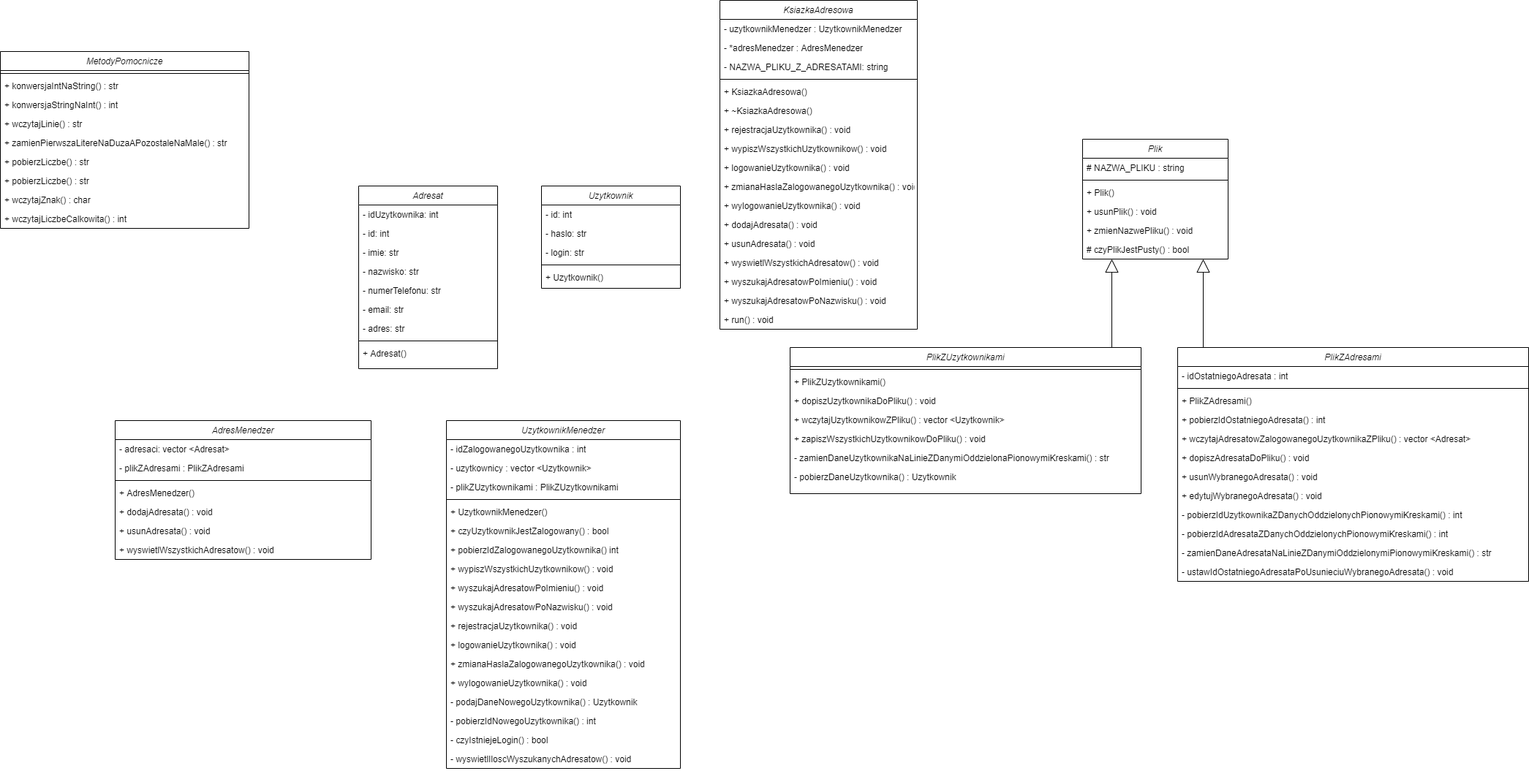
This is doc/address-book-uml.png from MichalWilczek/address-book-FutureProgrammer, a draw.io export, as it was before one commit. Source tidied: cells renumbered, new cells last; positions are measured from the earlier drawing's top-left corner, leaving out a move shared by most shapes.
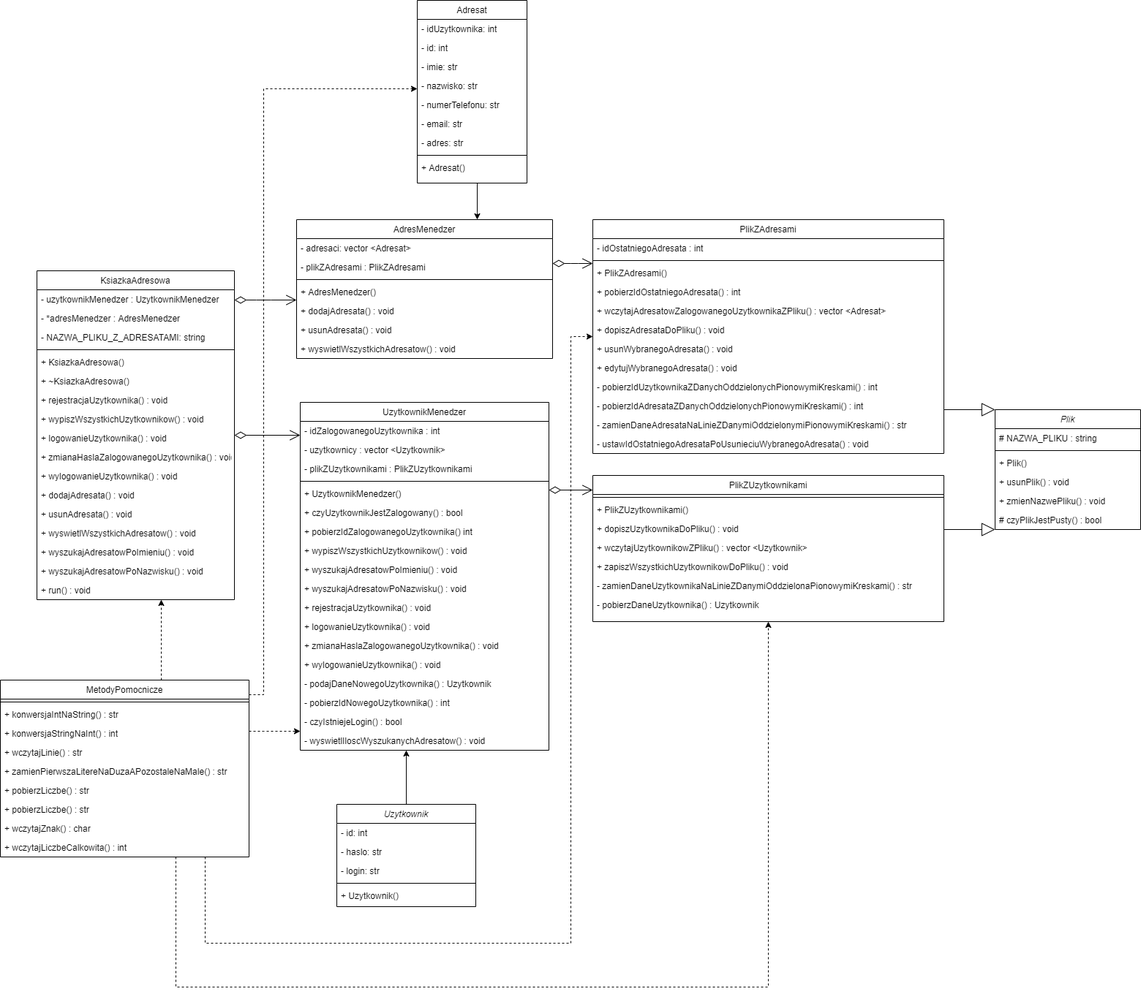
After the commit.

Commit message:
Update UML diagrams

The edit, as a diff of the source:
```diff
@@ -4,61 +4,61 @@
     <mxCell id="1" parent="0" />
-    <mxCell id="2" value="UzytkownikMenedzer" style="swimlane;fontStyle=2;align=center;verticalAlign=top;horizontal=1;startSize=26;rounded=0;shadow=0;strokeWidth=1;" parent="1" vertex="1">
-      <mxGeometry x="610" y="575" width="320" height="476" as="geometry" />
+    <mxCell id="2" value="UzytkownikMenedzer" style="swimlane;fontStyle=0;align=center;verticalAlign=top;horizontal=1;startSize=26;rounded=0;shadow=0;strokeWidth=1;" parent="1" vertex="1">
+      <mxGeometry x="1000" y="600" width="340" height="476" as="geometry" />
     </mxCell>
     <mxCell id="3" value="- idZalogowanegoUzytkownika : int" style="text;align=left;verticalAlign=top;spacingLeft=4;spacingRight=4;overflow=hidden;" parent="2" vertex="1">
-      <mxGeometry y="26" width="320" height="26" as="geometry" />
+      <mxGeometry y="26" width="340" height="26" as="geometry" />
     </mxCell>
     <mxCell id="4" value="- uzytkownicy : vector &lt;Uzytkownik&gt;" style="text;align=left;verticalAlign=top;spacingLeft=4;spacingRight=4;overflow=hidden;rounded=0;shadow=0;html=0;" parent="2" vertex="1">
-      <mxGeometry y="52" width="320" height="26" as="geometry" />
+      <mxGeometry y="52" width="340" height="26" as="geometry" />
     </mxCell>
     <mxCell id="5" value="- plikZUzytkownikami : PlikZUzytkownikami" style="text;align=left;verticalAlign=top;spacingLeft=4;spacingRight=4;overflow=hidden;rounded=0;shadow=0;html=0;" parent="2" vertex="1">
-      <mxGeometry y="78" width="320" height="26" as="geometry" />
+      <mxGeometry y="78" width="340" height="26" as="geometry" />
     </mxCell>
     <mxCell id="6" style="line;html=1;strokeWidth=1;align=left;verticalAlign=middle;spacingTop=-1;spacingLeft=3;spacingRight=3;labelPosition=right;" parent="2" vertex="1">
-      <mxGeometry y="104" width="320" height="8" as="geometry" />
+      <mxGeometry y="104" width="340" height="8" as="geometry" />
     </mxCell>
     <mxCell id="7" value="+ UzytkownikMenedzer()" style="text;align=left;verticalAlign=top;spacingLeft=4;spacingRight=4;overflow=hidden;" parent="2" vertex="1">
-      <mxGeometry y="112" width="320" height="26" as="geometry" />
+      <mxGeometry y="112" width="340" height="26" as="geometry" />
     </mxCell>
     <mxCell id="8" value="+ czyUzytkownikJestZalogowany() : bool" style="text;align=left;verticalAlign=top;spacingLeft=4;spacingRight=4;overflow=hidden;" parent="2" vertex="1">
-      <mxGeometry y="138" width="320" height="26" as="geometry" />
+      <mxGeometry y="138" width="340" height="26" as="geometry" />
     </mxCell>
     <mxCell id="9" value="+ pobierzIdZalogowanegoUzytkownika() int" style="text;align=left;verticalAlign=top;spacingLeft=4;spacingRight=4;overflow=hidden;" parent="2" vertex="1">
-      <mxGeometry y="164" width="320" height="26" as="geometry" />
+      <mxGeometry y="164" width="340" height="26" as="geometry" />
     </mxCell>
     <mxCell id="10" value="+ wypiszWszystkichUzytkownikow() : void" style="text;align=left;verticalAlign=top;spacingLeft=4;spacingRight=4;overflow=hidden;" parent="2" vertex="1">
-      <mxGeometry y="190" width="320" height="26" as="geometry" />
+      <mxGeometry y="190" width="340" height="26" as="geometry" />
     </mxCell>
     <mxCell id="11" value="+ wyszukajAdresatowPoImieniu() : void" style="text;align=left;verticalAlign=top;spacingLeft=4;spacingRight=4;overflow=hidden;" parent="2" vertex="1">
-      <mxGeometry y="216" width="320" height="26" as="geometry" />
+      <mxGeometry y="216" width="340" height="26" as="geometry" />
     </mxCell>
     <mxCell id="12" value="+ wyszukajAdresatowPoNazwisku() : void" style="text;align=left;verticalAlign=top;spacingLeft=4;spacingRight=4;overflow=hidden;" parent="2" vertex="1">
-      <mxGeometry y="242" width="320" height="26" as="geometry" />
+      <mxGeometry y="242" width="340" height="26" as="geometry" />
     </mxCell>
     <mxCell id="13" value="+ rejestracjaUzytkownika() : void" style="text;align=left;verticalAlign=top;spacingLeft=4;spacingRight=4;overflow=hidden;" parent="2" vertex="1">
-      <mxGeometry y="268" width="320" height="26" as="geometry" />
+      <mxGeometry y="268" width="340" height="26" as="geometry" />
     </mxCell>
     <mxCell id="14" value="+ logowanieUzytkownika() : void" style="text;align=left;verticalAlign=top;spacingLeft=4;spacingRight=4;overflow=hidden;" parent="2" vertex="1">
-      <mxGeometry y="294" width="320" height="26" as="geometry" />
+      <mxGeometry y="294" width="340" height="26" as="geometry" />
     </mxCell>
     <mxCell id="15" value="+ zmianaHaslaZalogowanegoUzytkownika() : void" style="text;align=left;verticalAlign=top;spacingLeft=4;spacingRight=4;overflow=hidden;" parent="2" vertex="1">
-      <mxGeometry y="320" width="320" height="26" as="geometry" />
+      <mxGeometry y="320" width="340" height="26" as="geometry" />
     </mxCell>
     <mxCell id="16" value="+ wylogowanieUzytkownika() : void" style="text;align=left;verticalAlign=top;spacingLeft=4;spacingRight=4;overflow=hidden;" parent="2" vertex="1">
-      <mxGeometry y="346" width="320" height="26" as="geometry" />
+      <mxGeometry y="346" width="340" height="26" as="geometry" />
     </mxCell>
     <mxCell id="17" value="- podajDaneNowegoUzytkownika() : Uzytkownik" style="text;align=left;verticalAlign=top;spacingLeft=4;spacingRight=4;overflow=hidden;" parent="2" vertex="1">
-      <mxGeometry y="372" width="320" height="26" as="geometry" />
+      <mxGeometry y="372" width="340" height="26" as="geometry" />
     </mxCell>
     <mxCell id="18" value="- pobierzIdNowegoUzytkownika() : int" style="text;align=left;verticalAlign=top;spacingLeft=4;spacingRight=4;overflow=hidden;" parent="2" vertex="1">
-      <mxGeometry y="398" width="320" height="26" as="geometry" />
+      <mxGeometry y="398" width="340" height="26" as="geometry" />
     </mxCell>
     <mxCell id="19" value="- czyIstniejeLogin() : bool" style="text;align=left;verticalAlign=top;spacingLeft=4;spacingRight=4;overflow=hidden;" parent="2" vertex="1">
-      <mxGeometry y="424" width="320" height="26" as="geometry" />
+      <mxGeometry y="424" width="340" height="26" as="geometry" />
     </mxCell>
     <mxCell id="20" value="- wyswietlIloscWyszukanychAdresatow() : void" style="text;align=left;verticalAlign=top;spacingLeft=4;spacingRight=4;overflow=hidden;" parent="2" vertex="1">
-      <mxGeometry y="450" width="320" height="26" as="geometry" />
+      <mxGeometry y="450" width="340" height="26" as="geometry" />
     </mxCell>
     <mxCell id="21" value="Plik" style="swimlane;fontStyle=2;align=center;verticalAlign=top;horizontal=1;startSize=26;rounded=0;shadow=0;strokeWidth=1;" parent="1" vertex="1">
-      <mxGeometry x="1480" y="190" width="199" height="164" as="geometry" />
+      <mxGeometry x="1950" y="610" width="199" height="164" as="geometry" />
     </mxCell>
@@ -82,4 +82,12 @@
     </mxCell>
+    <mxCell id="103" style="edgeStyle=orthogonalEdgeStyle;rounded=0;jettySize=auto;html=1;dashed=1;" parent="1" edge="1" source="28" target="87">
+      <mxGeometry relative="1" as="geometry">
+        <Array as="points">
+          <mxPoint x="950" y="1000" />
+          <mxPoint x="950" y="171" />
+        </Array>
+      </mxGeometry>
+    </mxCell>
-    <mxCell id="28" value="MetodyPomocnicze" style="swimlane;fontStyle=2;align=center;verticalAlign=top;horizontal=1;startSize=26;rounded=0;shadow=0;strokeWidth=1;" parent="1" vertex="1">
-      <mxGeometry y="70" width="340" height="242" as="geometry" />
+    <mxCell id="28" value="MetodyPomocnicze" style="swimlane;fontStyle=0;align=center;verticalAlign=top;horizontal=1;startSize=26;rounded=0;shadow=0;strokeWidth=1;" parent="1" vertex="1">
+      <mxGeometry x="590" y="980" width="340" height="242" as="geometry" />
     </mxCell>
@@ -112,4 +120,4 @@
     </mxCell>
-    <mxCell id="38" value="PlikZUzytkownikami" style="swimlane;fontStyle=2;align=center;verticalAlign=top;horizontal=1;startSize=26;rounded=0;shadow=0;strokeWidth=1;" parent="1" vertex="1">
-      <mxGeometry x="1080" y="475" width="480" height="200" as="geometry" />
+    <mxCell id="38" value="PlikZUzytkownikami" style="swimlane;fontStyle=0;align=center;verticalAlign=top;horizontal=1;startSize=26;rounded=0;shadow=0;strokeWidth=1;" parent="1" vertex="1">
+      <mxGeometry x="1400" y="700" width="480" height="200" as="geometry" />
     </mxCell>
@@ -137,6 +145,11 @@
     <mxCell id="46" style="endArrow=block;endSize=16;endFill=0;html=1;rounded=0;edgeStyle=elbowEdgeStyle;" parent="1" edge="1" source="38" target="21">
-      <mxGeometry relative="1" as="geometry" />
+      <mxGeometry relative="1" as="geometry">
+        <Array as="points">
+          <mxPoint x="2080" y="730" />
+          <mxPoint x="1910" y="820" />
+        </Array>
+      </mxGeometry>
     </mxCell>
-    <mxCell id="47" value="PlikZAdresami" style="swimlane;fontStyle=2;align=center;verticalAlign=top;horizontal=1;startSize=26;rounded=0;shadow=0;strokeWidth=1;" parent="1" vertex="1">
-      <mxGeometry x="1610" y="475" width="480" height="320" as="geometry" />
+    <mxCell id="47" value="PlikZAdresami" style="swimlane;fontStyle=0;align=center;verticalAlign=top;horizontal=1;startSize=26;rounded=0;shadow=0;strokeWidth=1;" parent="1" vertex="1">
+      <mxGeometry x="1400" y="350" width="480" height="320" as="geometry" />
     </mxCell>
@@ -179,6 +192,10 @@
     <mxCell id="60" style="endArrow=block;endSize=16;endFill=0;html=1;rounded=0;edgeStyle=elbowEdgeStyle;" parent="1" edge="1" source="47" target="21">
-      <mxGeometry relative="1" as="geometry" />
+      <mxGeometry relative="1" as="geometry">
+        <Array as="points">
+          <mxPoint x="2100" y="640" />
+        </Array>
+      </mxGeometry>
     </mxCell>
-    <mxCell id="61" value="AdresMenedzer" style="swimlane;fontStyle=2;align=center;verticalAlign=top;horizontal=1;startSize=26;rounded=0;shadow=0;strokeWidth=1;" parent="1" vertex="1">
-      <mxGeometry x="157" y="575" width="350" height="190" as="geometry" />
+    <mxCell id="61" value="AdresMenedzer" style="swimlane;fontStyle=0;align=center;verticalAlign=top;horizontal=1;startSize=26;rounded=0;shadow=0;strokeWidth=1;" parent="1" vertex="1">
+      <mxGeometry x="995" y="350" width="350" height="190" as="geometry" />
     </mxCell>
@@ -205,4 +222,4 @@
     </mxCell>
-    <mxCell id="69" value="KsiazkaAdresowa" style="swimlane;fontStyle=2;align=center;verticalAlign=top;horizontal=1;startSize=26;rounded=0;shadow=0;strokeWidth=1;" parent="1" vertex="1">
-      <mxGeometry x="984" width="270" height="450" as="geometry" />
+    <mxCell id="69" value="KsiazkaAdresowa" style="swimlane;fontStyle=0;align=center;verticalAlign=top;horizontal=1;startSize=26;rounded=0;shadow=0;strokeWidth=1;" parent="1" vertex="1">
+      <mxGeometry x="640" y="420" width="270" height="450" as="geometry" />
     </mxCell>
@@ -259,34 +276,50 @@
     </mxCell>
+    <mxCell id="104" style="edgeStyle=orthogonalEdgeStyle;rounded=0;jettySize=auto;html=1;" parent="1" edge="1" source="87" target="61">
+      <mxGeometry relative="1" as="geometry">
+        <Array as="points">
+          <mxPoint x="1242" y="340" />
+          <mxPoint x="1242" y="340" />
+        </Array>
+      </mxGeometry>
+    </mxCell>
-    <mxCell id="87" value="Adresat" style="swimlane;fontStyle=2;align=center;verticalAlign=top;horizontal=1;startSize=26;rounded=0;shadow=0;strokeWidth=1;" parent="1" vertex="1">
-      <mxGeometry x="490" y="254" width="190" height="250" as="geometry" />
+    <mxCell id="87" value="Adresat" style="swimlane;fontStyle=0;align=center;verticalAlign=top;horizontal=1;startSize=26;rounded=0;shadow=0;strokeWidth=1;" parent="1" vertex="1">
+      <mxGeometry x="1160" y="50" width="150" height="250" as="geometry" />
     </mxCell>
     <mxCell id="88" value="- idUzytkownika: int" style="text;align=left;verticalAlign=top;spacingLeft=4;spacingRight=4;overflow=hidden;rounded=0;shadow=0;html=0;" parent="87" vertex="1">
-      <mxGeometry y="26" width="190" height="26" as="geometry" />
+      <mxGeometry y="26" width="150" height="26" as="geometry" />
     </mxCell>
     <mxCell id="89" value="- id: int" style="text;align=left;verticalAlign=top;spacingLeft=4;spacingRight=4;overflow=hidden;" parent="87" vertex="1">
-      <mxGeometry y="52" width="190" height="26" as="geometry" />
+      <mxGeometry y="52" width="150" height="26" as="geometry" />
     </mxCell>
     <mxCell id="90" value="- imie: str" style="text;align=left;verticalAlign=top;spacingLeft=4;spacingRight=4;overflow=hidden;rounded=0;shadow=0;html=0;" parent="87" vertex="1">
-      <mxGeometry y="78" width="190" height="26" as="geometry" />
+      <mxGeometry y="78" width="150" height="26" as="geometry" />
     </mxCell>
     <mxCell id="91" value="- nazwisko: str" style="text;align=left;verticalAlign=top;spacingLeft=4;spacingRight=4;overflow=hidden;rounded=0;shadow=0;html=0;" parent="87" vertex="1">
-      <mxGeometry y="104" width="190" height="26" as="geometry" />
+      <mxGeometry y="104" width="150" height="26" as="geometry" />
     </mxCell>
     <mxCell id="92" value="- numerTelefonu: str" style="text;align=left;verticalAlign=top;spacingLeft=4;spacingRight=4;overflow=hidden;rounded=0;shadow=0;html=0;" parent="87" vertex="1">
-      <mxGeometry y="130" width="190" height="26" as="geometry" />
+      <mxGeometry y="130" width="150" height="26" as="geometry" />
     </mxCell>
     <mxCell id="93" value="- email: str" style="text;align=left;verticalAlign=top;spacingLeft=4;spacingRight=4;overflow=hidden;rounded=0;shadow=0;html=0;" parent="87" vertex="1">
-      <mxGeometry y="156" width="190" height="26" as="geometry" />
+      <mxGeometry y="156" width="150" height="26" as="geometry" />
     </mxCell>
     <mxCell id="94" value="- adres: str" style="text;align=left;verticalAlign=top;spacingLeft=4;spacingRight=4;overflow=hidden;rounded=0;shadow=0;html=0;" parent="87" vertex="1">
-      <mxGeometry y="182" width="190" height="26" as="geometry" />
+      <mxGeometry y="182" width="150" height="26" as="geometry" />
     </mxCell>
     <mxCell id="95" style="line;html=1;strokeWidth=1;align=left;verticalAlign=middle;spacingTop=-1;spacingLeft=3;spacingRight=3;labelPosition=right;" parent="87" vertex="1">
-      <mxGeometry y="208" width="190" height="8" as="geometry" />
+      <mxGeometry y="208" width="150" height="8" as="geometry" />
     </mxCell>
     <mxCell id="96" value="+ Adresat()" style="text;align=left;verticalAlign=top;spacingLeft=4;spacingRight=4;overflow=hidden;" parent="87" vertex="1">
-      <mxGeometry y="216" width="190" height="26" as="geometry" />
+      <mxGeometry y="216" width="150" height="26" as="geometry" />
     </mxCell>
+    <mxCell id="105" style="edgeStyle=orthogonalEdgeStyle;rounded=0;jettySize=auto;html=1;" parent="1" edge="1" source="97" target="2">
+      <mxGeometry relative="1" as="geometry">
+        <Array as="points">
+          <mxPoint x="1210" y="940" />
+          <mxPoint x="1210" y="940" />
+        </Array>
+      </mxGeometry>
+    </mxCell>
     <mxCell id="97" value="Uzytkownik" style="swimlane;fontStyle=2;align=center;verticalAlign=top;horizontal=1;startSize=26;rounded=0;shadow=0;strokeWidth=1;" parent="1" vertex="1">
-      <mxGeometry x="740" y="254" width="190" height="140" as="geometry" />
+      <mxGeometry x="1050" y="1150" width="190" height="140" as="geometry" />
     </mxCell>
@@ -307,2 +340,67 @@
     </mxCell>
+    <mxCell id="106" style="endArrow=open;html=1;endSize=12;startArrow=diamondThin;startSize=14;startFill=0;edgeStyle=orthogonalEdgeStyle;align=left;verticalAlign=bottom;" parent="1" edge="1" source="2" target="38">
+      <mxGeometry x="-0.68" y="-30" relative="1" as="geometry">
+        <Array as="points">
+          <mxPoint x="1340" y="720" />
+          <mxPoint x="1340" y="720" />
+        </Array>
+      </mxGeometry>
+    </mxCell>
+    <mxCell id="107" style="endArrow=open;html=1;endSize=12;startArrow=diamondThin;startSize=14;startFill=0;edgeStyle=orthogonalEdgeStyle;align=left;verticalAlign=bottom;" parent="1" edge="1" source="61" target="47">
+      <mxGeometry x="-0.68" y="-30" relative="1" as="geometry">
+        <Array as="points">
+          <mxPoint x="1370" y="410" />
+          <mxPoint x="1370" y="410" />
+        </Array>
+      </mxGeometry>
+    </mxCell>
+    <mxCell id="108" style="endArrow=open;html=1;endSize=12;startArrow=diamondThin;startSize=14;startFill=0;edgeStyle=orthogonalEdgeStyle;align=left;verticalAlign=bottom;" parent="1" edge="1" source="69" target="61">
+      <mxGeometry x="-0.68" y="-30" relative="1" as="geometry">
+        <Array as="points">
+          <mxPoint x="950" y="460" />
+          <mxPoint x="950" y="460" />
+        </Array>
+      </mxGeometry>
+    </mxCell>
+    <mxCell id="109" style="endArrow=open;html=1;endSize=12;startArrow=diamondThin;startSize=14;startFill=0;edgeStyle=orthogonalEdgeStyle;align=left;verticalAlign=bottom;" parent="1" edge="1" source="69" target="2">
+      <mxGeometry x="-0.68" y="-30" relative="1" as="geometry">
+        <Array as="points">
+          <mxPoint x="1020" y="610" />
+          <mxPoint x="1020" y="610" />
+        </Array>
+      </mxGeometry>
+    </mxCell>
+    <mxCell id="110" style="edgeStyle=orthogonalEdgeStyle;rounded=0;jettySize=auto;html=1;dashed=1;" parent="1" edge="1" source="28" target="38">
+      <mxGeometry relative="1" as="geometry">
+        <Array as="points">
+          <mxPoint x="830" y="1400" />
+          <mxPoint x="1640" y="1400" />
+        </Array>
+      </mxGeometry>
+    </mxCell>
+    <mxCell id="111" style="edgeStyle=orthogonalEdgeStyle;rounded=0;jettySize=auto;html=1;dashed=1;" parent="1" edge="1" source="28" target="2">
+      <mxGeometry relative="1" as="geometry">
+        <Array as="points">
+          <mxPoint x="950" y="1050" />
+          <mxPoint x="950" y="1050" />
+        </Array>
+      </mxGeometry>
+    </mxCell>
+    <mxCell id="112" style="edgeStyle=orthogonalEdgeStyle;rounded=0;jettySize=auto;html=1;dashed=1;" parent="1" edge="1" source="28" target="47">
+      <mxGeometry relative="1" as="geometry">
+        <Array as="points">
+          <mxPoint x="870" y="1340" />
+          <mxPoint x="1370" y="1340" />
+          <mxPoint x="1370" y="510" />
+        </Array>
+      </mxGeometry>
+    </mxCell>
+    <mxCell id="113" style="edgeStyle=orthogonalEdgeStyle;rounded=0;jettySize=auto;html=1;dashed=1;" parent="1" edge="1" source="28" target="69">
+      <mxGeometry relative="1" as="geometry">
+        <Array as="points">
+          <mxPoint x="810" y="940" />
+          <mxPoint x="810" y="940" />
+        </Array>
+      </mxGeometry>
+    </mxCell>
   </root>
```
